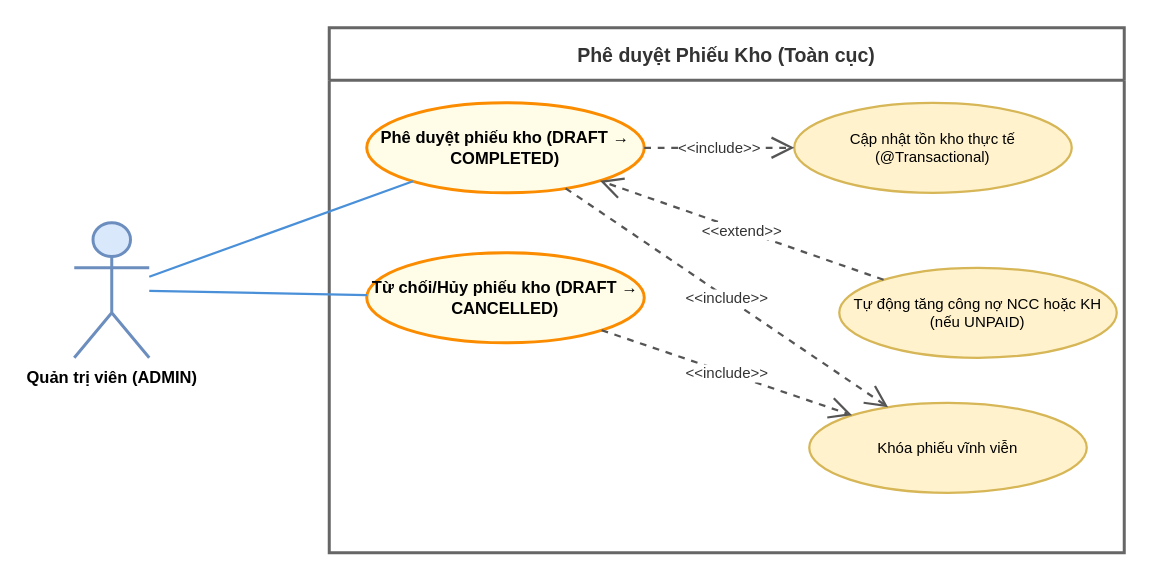
Earlier version of the draw.io diagram UseCase/ADMIN/09_phe_duyet_phieu_kho.drawio (Nghiatv2006/KhoHang). Source tidied: cells renumbered, new cells numbered last; positions are measured from the earlier drawing's top-left corner, leaving out a move shared by most shapes. Both pictures are drawn from the tidied source at 150%, with x=0, y=0 at pixel (74, 27).
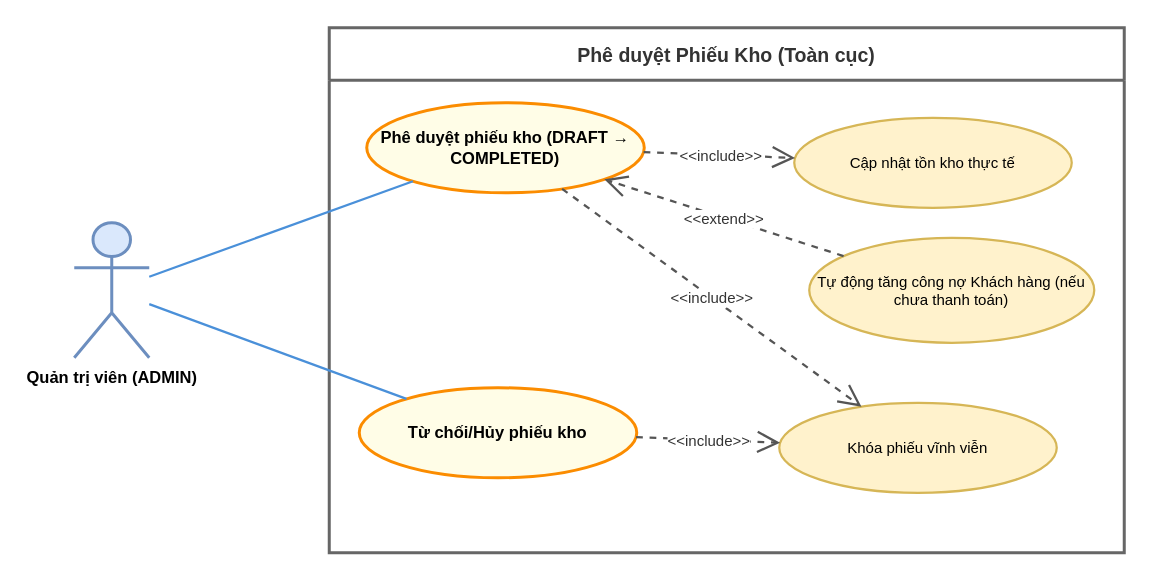
Above is the later version.

Change to the diagram source:
```diff
@@
 <mxGraphModel>
   <root>
     <mxCell id="0" />
     <mxCell id="1" parent="0" />
     <mxCell id="2" value="Phê duyệt Phiếu Kho (Toàn cục)" style="swimlane;startSize=35;whiteSpace=wrap;html=1;fontStyle=1;fontSize=13;                    fillColor=#f5f5f5;strokeColor=#666666;strokeWidth=2;fontColor=#333333;align=center;" parent="1" vertex="1">
       <mxGeometry x="170" width="530" height="350" as="geometry" />
     </mxCell>
-    <mxCell id="3" value="Tự động tăng công nợ NCC hoặc KH (nếu UNPAID)" style="ellipse;whiteSpace=wrap;html=1;fillColor=#fff2cc;strokeColor=#d6b656;strokeWidth=1.5;fontSize=10;align=center;" parent="2" vertex="1">
-      <mxGeometry x="340" y="160" width="185" height="60" as="geometry" />
+    <mxCell id="3" value="Tự động tăng công nợ Khách hàng (nếu chưa thanh toán)" style="ellipse;whiteSpace=wrap;html=1;fillColor=#fff2cc;strokeColor=#d6b656;strokeWidth=1.5;fontSize=10;align=center;" parent="2" vertex="1">
+      <mxGeometry x="320" y="140" width="190" height="70" as="geometry" />
     </mxCell>
     <mxCell id="4" value="Khóa phiếu vĩnh viễn" style="ellipse;whiteSpace=wrap;html=1;fillColor=#fff2cc;strokeColor=#d6b656;strokeWidth=1.5;fontSize=10;align=center;" parent="2" vertex="1">
-      <mxGeometry x="320" y="250" width="185" height="60" as="geometry" />
+      <mxGeometry x="300" y="250" width="185" height="60" as="geometry" />
     </mxCell>
-    <mxCell id="5" value="Cập nhật tồn kho thực tế (@Transactional)" style="ellipse;whiteSpace=wrap;html=1;fillColor=#fff2cc;strokeColor=#d6b656;strokeWidth=1.5;fontSize=10;align=center;" parent="2" vertex="1">
-      <mxGeometry x="310" y="50" width="185" height="60" as="geometry" />
+    <mxCell id="5" value="Cập nhật tồn kho thực tế" style="ellipse;whiteSpace=wrap;html=1;fillColor=#fff2cc;strokeColor=#d6b656;strokeWidth=1.5;fontSize=10;align=center;" parent="2" vertex="1">
+      <mxGeometry x="310" y="60" width="185" height="60" as="geometry" />
     </mxCell>
+    <mxCell id="8" value="Từ chối/Hủy phiếu kho" style="ellipse;whiteSpace=wrap;html=1;fillColor=#fffde7;strokeColor=#fb8c00;strokeWidth=2;fontStyle=1;fontSize=11;align=center;" parent="2" vertex="1">
+      <mxGeometry x="20" y="240" width="185" height="60" as="geometry" />
+    </mxCell>
+    <mxCell id="14" value="&amp;lt;&amp;lt;include&amp;gt;&amp;gt;" style="endArrow=open;endSize=12;dashed=1;html=1;rounded=0;strokeColor=#555555;strokeWidth=1.5;labelBackgroundColor=#ffffff;fontColor=#333333;fontSize=10;align=center;" parent="2" edge="1" source="8" target="4">
+      <mxGeometry relative="1" as="geometry" />
+    </mxCell>
     <mxCell id="6" value="Quản trị viên (ADMIN)" style="shape=umlActor;verticalLabelPosition=bottom;verticalAlign=top;html=1;                    outlineConnect=0;fillColor=#dae8fc;strokeColor=#6c8ebf;strokeWidth=2;                    fontColor=#1a1a1a;fontStyle=1;fontSize=11;" parent="1" vertex="1">
       <mxGeometry y="130" width="50" height="90" as="geometry" />
     </mxCell>
     <mxCell id="7" value="Phê duyệt phiếu kho (DRAFT → COMPLETED)" style="ellipse;whiteSpace=wrap;html=1;fillColor=#fffde7;strokeColor=#fb8c00;strokeWidth=2;fontStyle=1;fontSize=11;align=center;" parent="1" vertex="1">
       <mxGeometry x="195" y="50" width="185" height="60" as="geometry" />
     </mxCell>
-    <mxCell id="8" value="Từ chối/Hủy phiếu kho (DRAFT → CANCELLED)" style="ellipse;whiteSpace=wrap;html=1;fillColor=#fffde7;strokeColor=#fb8c00;strokeWidth=2;fontStyle=1;fontSize=11;align=center;" parent="1" vertex="1">
-      <mxGeometry x="195" y="150" width="185" height="60" as="geometry" />
-    </mxCell>
     <mxCell id="9" style="endArrow=none;html=1;rounded=0;strokeColor=#4a90d9;strokeWidth=1.5;" parent="1" edge="1" source="6" target="7">
       <mxGeometry relative="1" as="geometry" />
     </mxCell>
     <mxCell id="10" style="endArrow=none;html=1;rounded=0;strokeColor=#4a90d9;strokeWidth=1.5;" parent="1" edge="1" source="6" target="8">
       <mxGeometry relative="1" as="geometry" />
     </mxCell>
     <mxCell id="11" value="&amp;lt;&amp;lt;include&amp;gt;&amp;gt;" style="endArrow=open;endSize=12;dashed=1;html=1;rounded=0;strokeColor=#555555;strokeWidth=1.5;labelBackgroundColor=#ffffff;fontColor=#333333;fontSize=10;align=center;" parent="1" edge="1" source="7" target="5">
       <mxGeometry relative="1" as="geometry" />
     </mxCell>
     <mxCell id="12" value="&amp;lt;&amp;lt;extend&amp;gt;&amp;gt;" style="endArrow=open;endSize=12;dashed=1;html=1;rounded=0;strokeColor=#555555;strokeWidth=1.5;labelBackgroundColor=#ffffff;fontColor=#333333;fontSize=10;align=center;" parent="1" edge="1" source="3" target="7">
       <mxGeometry relative="1" as="geometry" />
     </mxCell>
     <mxCell id="13" value="&amp;lt;&amp;lt;include&amp;gt;&amp;gt;" style="endArrow=open;endSize=12;dashed=1;html=1;rounded=0;strokeColor=#555555;strokeWidth=1.5;labelBackgroundColor=#ffffff;fontColor=#333333;fontSize=10;align=center;" parent="1" edge="1" source="7" target="4">
       <mxGeometry relative="1" as="geometry" />
     </mxCell>
-    <mxCell id="14" value="&amp;lt;&amp;lt;include&amp;gt;&amp;gt;" style="endArrow=open;endSize=12;dashed=1;html=1;rounded=0;strokeColor=#555555;strokeWidth=1.5;labelBackgroundColor=#ffffff;fontColor=#333333;fontSize=10;align=center;" parent="1" edge="1" source="8" target="4">
-      <mxGeometry relative="1" as="geometry" />
-    </mxCell>
   </root>
 </mxGraphModel>
```
